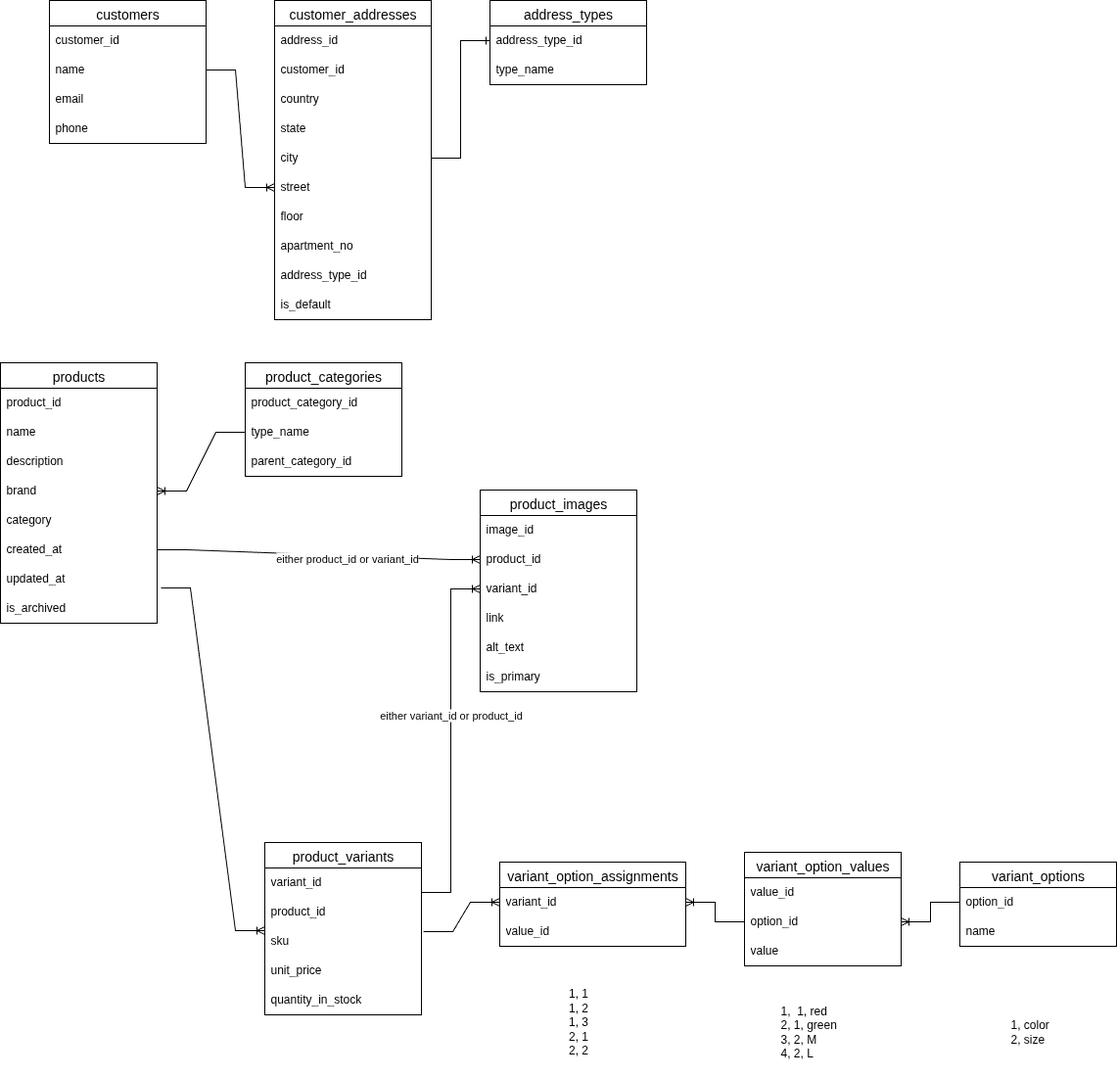
Earlier version of the draw.io export diagrams/my-store-db.drawio.png (venelinpetrov/db-my-store). Source tidied: cells renumbered, new cells last; positions are measured from the earlier drawing's top-left corner, leaving out a move shared by most shapes.
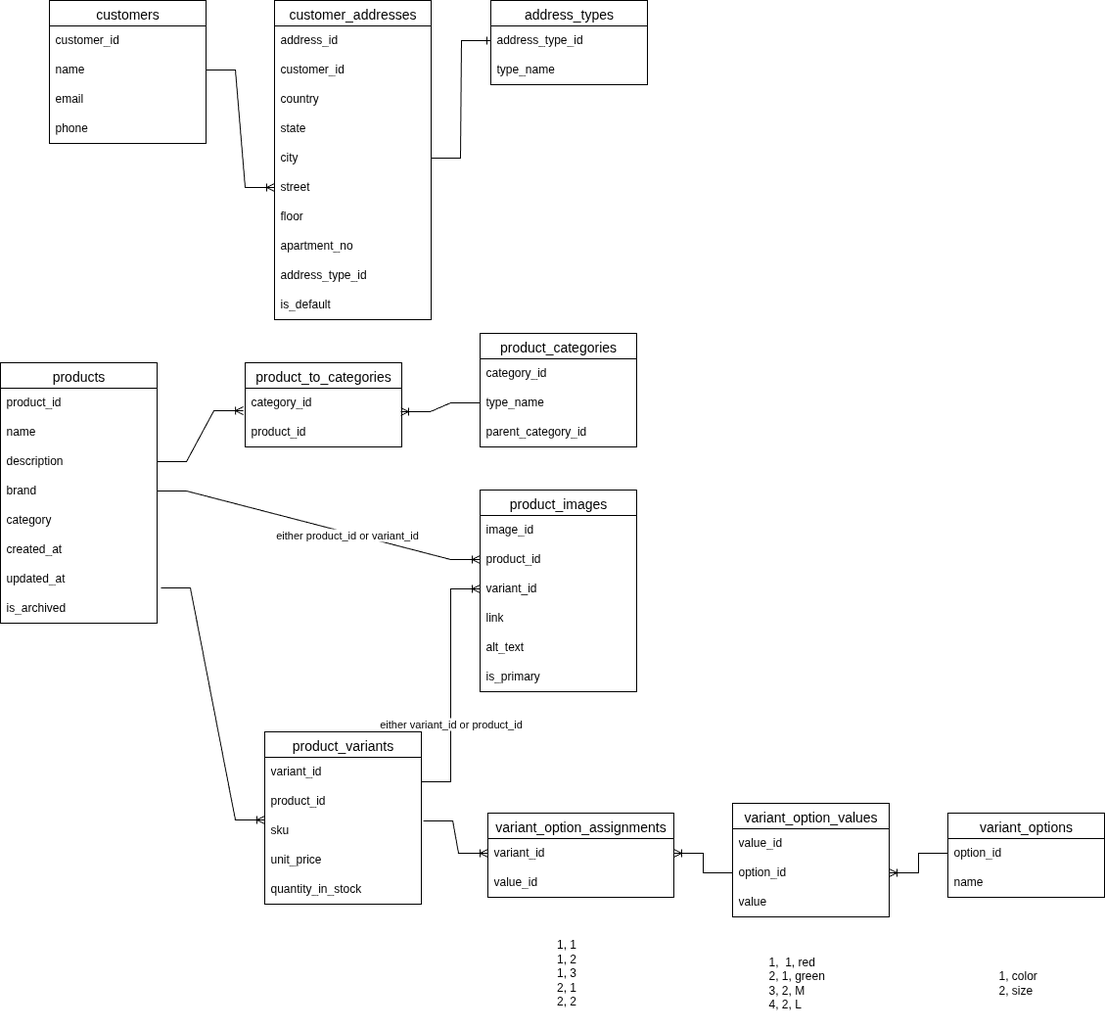
After the commit.

Commit message:
Fixes and improvements. Add more tables

The edit, as a diff of the source:
```diff
@@ -54,7 +54,7 @@
       <mxGeometry relative="1" as="geometry" />
     </mxCell>
     <mxCell id="19" value="address_types" style="swimlane;fontStyle=0;horizontal=1;startSize=26;align=center;fontSize=14;" parent="1" vertex="1">
-      <mxGeometry x="500" width="160" height="86" as="geometry" />
+      <mxGeometry x="501" width="160" height="86" as="geometry" />
     </mxCell>
     <mxCell id="20" value="address_type_id" style="text;strokeColor=none;fillColor=none;spacingLeft=4;spacingRight=4;overflow=hidden;points=[[0,0.5],[1,0.5]];portConstraint=eastwest;fontSize=12;whiteSpace=wrap;html=1;" parent="19" vertex="1">
       <mxGeometry y="26" width="160" height="30" as="geometry" />
@@ -92,19 +92,16 @@
     <mxCell id="31" value="is_archived" style="text;strokeColor=none;fillColor=none;spacingLeft=4;spacingRight=4;overflow=hidden;fontSize=12;whiteSpace=wrap;html=1;" parent="23" vertex="1">
       <mxGeometry y="236" width="160" height="30" as="geometry" />
     </mxCell>
-    <mxCell id="32" value="product_categories" style="swimlane;fontStyle=0;horizontal=1;startSize=26;align=center;fontSize=14;" parent="1" vertex="1">
-      <mxGeometry x="250" y="370" width="160" height="116" as="geometry" />
+    <mxCell id="32" value="product_to_categories" style="swimlane;fontStyle=0;horizontal=1;startSize=26;align=center;fontSize=14;" parent="1" vertex="1">
+      <mxGeometry x="250" y="370" width="160" height="86" as="geometry" />
     </mxCell>
-    <mxCell id="33" value="product_category_id" style="text;strokeColor=none;fillColor=none;spacingLeft=4;spacingRight=4;overflow=hidden;points=[[0,0.5],[1,0.5]];portConstraint=eastwest;fontSize=12;whiteSpace=wrap;html=1;" parent="32" vertex="1">
+    <mxCell id="33" value="category_id" style="text;strokeColor=none;fillColor=none;spacingLeft=4;spacingRight=4;overflow=hidden;points=[[0,0.5],[1,0.5]];portConstraint=eastwest;fontSize=12;whiteSpace=wrap;html=1;" parent="32" vertex="1">
       <mxGeometry y="26" width="160" height="30" as="geometry" />
     </mxCell>
-    <mxCell id="34" value="type_name" style="text;strokeColor=none;fillColor=none;spacingLeft=4;spacingRight=4;overflow=hidden;points=[[0,0.5],[1,0.5]];portConstraint=eastwest;fontSize=12;whiteSpace=wrap;html=1;" parent="32" vertex="1">
+    <mxCell id="34" value="product_id" style="text;strokeColor=none;fillColor=none;spacingLeft=4;spacingRight=4;overflow=hidden;points=[[0,0.5],[1,0.5]];portConstraint=eastwest;fontSize=12;whiteSpace=wrap;html=1;" parent="32" vertex="1">
       <mxGeometry y="56" width="160" height="30" as="geometry" />
     </mxCell>
-    <mxCell id="35" value="parent_category_id" style="text;strokeColor=none;fillColor=none;spacingLeft=4;spacingRight=4;overflow=hidden;fontSize=12;whiteSpace=wrap;html=1;" parent="32" vertex="1">
-      <mxGeometry y="86" width="160" height="30" as="geometry" />
-    </mxCell>
-    <mxCell id="36" style="edgeStyle=entityRelationEdgeStyle;fontSize=12;html=1;endArrow=ERoneToMany;rounded=0;entryX=1;entryY=0.5;entryDx=0;entryDy=0;exitX=0;exitY=0.5;exitDx=0;exitDy=0;" parent="1" edge="1" source="34" target="27">
+    <mxCell id="36" style="edgeStyle=entityRelationEdgeStyle;fontSize=12;html=1;endArrow=ERoneToMany;rounded=0;exitX=1;exitY=0.5;exitDx=0;exitDy=0;entryX=-0.012;entryY=0.767;entryDx=0;entryDy=0;entryPerimeter=0;" parent="1" edge="1" source="26" target="33">
       <mxGeometry relative="1" as="geometry" />
     </mxCell>
     <mxCell id="37" value="product_images" style="swimlane;fontStyle=0;horizontal=1;startSize=26;align=center;fontSize=14;" parent="1" vertex="1">
@@ -128,14 +125,14 @@
     <mxCell id="43" value="is_primary" style="text;strokeColor=none;fillColor=none;spacingLeft=4;spacingRight=4;overflow=hidden;fontSize=12;whiteSpace=wrap;html=1;" parent="37" vertex="1">
       <mxGeometry y="176" width="160" height="30" as="geometry" />
     </mxCell>
-    <mxCell id="44" style="edgeStyle=entityRelationEdgeStyle;fontSize=12;html=1;endArrow=ERoneToMany;rounded=0;exitX=1;exitY=0.5;exitDx=0;exitDy=0;entryX=0;entryY=0.5;entryDx=0;entryDy=0;" parent="1" edge="1" source="29" target="39">
+    <mxCell id="44" style="edgeStyle=entityRelationEdgeStyle;fontSize=12;html=1;endArrow=ERoneToMany;rounded=0;exitX=1;exitY=0.5;exitDx=0;exitDy=0;entryX=0;entryY=0.5;entryDx=0;entryDy=0;" parent="1" edge="1" source="27" target="39">
       <mxGeometry relative="1" as="geometry" />
     </mxCell>
     <mxCell id="45" value="either product_id or variant_id" style="edgeLabel;html=1;align=center;verticalAlign=middle;" parent="44" vertex="1">
       <mxGeometry x="0.18" y="-2" relative="1" as="geometry" />
     </mxCell>
     <mxCell id="46" value="product_variants" style="swimlane;fontStyle=0;horizontal=1;startSize=26;align=center;fontSize=14;" parent="1" vertex="1">
-      <mxGeometry x="270" y="860" width="160" height="176" as="geometry" />
+      <mxGeometry x="270" y="747" width="160" height="176" as="geometry" />
     </mxCell>
     <mxCell id="47" value="variant_id" style="text;strokeColor=none;fillColor=none;spacingLeft=4;spacingRight=4;overflow=hidden;points=[[0,0.5],[1,0.5]];portConstraint=eastwest;fontSize=12;whiteSpace=wrap;html=1;" parent="46" vertex="1">
       <mxGeometry y="26" width="160" height="30" as="geometry" />
@@ -156,7 +153,7 @@
       <mxGeometry relative="1" as="geometry" />
     </mxCell>
     <mxCell id="53" value="variant_options" style="swimlane;fontStyle=0;horizontal=1;startSize=26;align=center;fontSize=14;" parent="1" vertex="1">
-      <mxGeometry x="980" y="880" width="160" height="86" as="geometry" />
+      <mxGeometry x="968" y="830" width="160" height="86" as="geometry" />
     </mxCell>
     <mxCell id="54" value="option_id" style="text;strokeColor=none;fillColor=none;spacingLeft=4;spacingRight=4;overflow=hidden;points=[[0,0.5],[1,0.5]];portConstraint=eastwest;fontSize=12;whiteSpace=wrap;html=1;" parent="53" vertex="1">
       <mxGeometry y="26" width="160" height="30" as="geometry" />
@@ -165,7 +162,7 @@
       <mxGeometry y="56" width="160" height="30" as="geometry" />
     </mxCell>
     <mxCell id="56" value="variant_option_values" style="swimlane;fontStyle=0;horizontal=1;startSize=26;align=center;fontSize=14;" parent="1" vertex="1">
-      <mxGeometry x="760" y="870" width="160" height="116" as="geometry" />
+      <mxGeometry x="748" y="820" width="160" height="116" as="geometry" />
     </mxCell>
     <mxCell id="57" value="value_id" style="text;strokeColor=none;fillColor=none;spacingLeft=4;spacingRight=4;overflow=hidden;fontSize=12;whiteSpace=wrap;html=1;" parent="56" vertex="1">
       <mxGeometry y="26" width="160" height="30" as="geometry" />
@@ -177,7 +174,7 @@
       <mxGeometry y="86" width="160" height="30" as="geometry" />
     </mxCell>
     <mxCell id="60" value="variant_option_assignments" style="swimlane;fontStyle=0;horizontal=1;startSize=26;align=center;fontSize=14;" parent="1" vertex="1">
-      <mxGeometry x="510" y="880" width="190" height="86" as="geometry" />
+      <mxGeometry x="498" y="830" width="190" height="86" as="geometry" />
     </mxCell>
     <mxCell id="61" value="variant_id" style="text;strokeColor=none;fillColor=none;spacingLeft=4;spacingRight=4;overflow=hidden;points=[[0,0.5],[1,0.5]];portConstraint=eastwest;fontSize=12;whiteSpace=wrap;html=1;" parent="60" vertex="1">
       <mxGeometry y="26" width="190" height="30" as="geometry" />
@@ -196,7 +193,9 @@
       </mxGeometry>
     </mxCell>
     <mxCell id="65" value="either variant_id or product_id" style="edgeLabel;html=1;align=center;verticalAlign=middle;" parent="64" vertex="1">
-      <mxGeometry x="0.14" y="1" relative="1" as="geometry" />
+      <mxGeometry x="0.14" y="1" relative="1" as="geometry">
+        <mxPoint y="57" as="offset" />
+      </mxGeometry>
     </mxCell>
     <mxCell id="66" style="edgeStyle=entityRelationEdgeStyle;fontSize=12;html=1;endArrow=ERoneToMany;rounded=0;entryX=1;entryY=0.5;entryDx=0;entryDy=0;exitX=0;exitY=0.5;exitDx=0;exitDy=0;" parent="1" edge="1" source="54" target="58">
       <mxGeometry relative="1" as="geometry" />
@@ -205,13 +204,28 @@
       <mxGeometry relative="1" as="geometry" />
     </mxCell>
     <mxCell id="68" value="1,&amp;nbsp; 1, red&lt;div&gt;2, 1, green&lt;/div&gt;&lt;div&gt;3, 2, M&lt;/div&gt;&lt;div&gt;4, 2, L&lt;/div&gt;" style="text;html=1;align=left;verticalAlign=middle;strokeColor=none;fillColor=none;" parent="1" vertex="1">
-      <mxGeometry x="795" y="1018" width="80" height="70" as="geometry" />
+      <mxGeometry x="783" y="968" width="80" height="70" as="geometry" />
     </mxCell>
     <mxCell id="69" value="1, color&lt;div&gt;2, size&lt;/div&gt;" style="text;html=1;align=left;verticalAlign=middle;strokeColor=none;fillColor=none;" parent="1" vertex="1">
-      <mxGeometry x="1030" y="1033" width="60" height="40" as="geometry" />
+      <mxGeometry x="1018" y="983" width="60" height="40" as="geometry" />
     </mxCell>
     <mxCell id="70" value="1, 1&lt;div&gt;1, 2&lt;/div&gt;&lt;div&gt;1, 3&lt;/div&gt;&lt;div&gt;2, 1&lt;/div&gt;&lt;div&gt;2, 2&lt;/div&gt;&lt;div&gt;&lt;br&gt;&lt;/div&gt;" style="text;html=1;align=center;verticalAlign=middle;strokeColor=none;fillColor=none;" parent="1" vertex="1">
-      <mxGeometry x="570" y="1000" width="40" height="100" as="geometry" />
+      <mxGeometry x="558" y="950" width="40" height="100" as="geometry" />
     </mxCell>
+    <mxCell id="71" value="product_categories" style="swimlane;fontStyle=0;horizontal=1;startSize=26;align=center;fontSize=14;" parent="1" vertex="1">
+      <mxGeometry x="490" y="340" width="160" height="116" as="geometry" />
+    </mxCell>
+    <mxCell id="72" value="category_id" style="text;strokeColor=none;fillColor=none;spacingLeft=4;spacingRight=4;overflow=hidden;fontSize=12;whiteSpace=wrap;html=1;" parent="71" vertex="1">
+      <mxGeometry y="26" width="160" height="30" as="geometry" />
+    </mxCell>
+    <mxCell id="73" value="type_name" style="text;strokeColor=none;fillColor=none;spacingLeft=4;spacingRight=4;overflow=hidden;points=[[0,0.5],[1,0.5]];portConstraint=eastwest;fontSize=12;whiteSpace=wrap;html=1;" parent="71" vertex="1">
+      <mxGeometry y="56" width="160" height="30" as="geometry" />
+    </mxCell>
+    <mxCell id="35" value="parent_category_id" style="text;strokeColor=none;fillColor=none;spacingLeft=4;spacingRight=4;overflow=hidden;fontSize=12;whiteSpace=wrap;html=1;" parent="71" vertex="1">
+      <mxGeometry y="86" width="160" height="30" as="geometry" />
+    </mxCell>
+    <mxCell id="74" style="edgeStyle=entityRelationEdgeStyle;fontSize=12;html=1;endArrow=ERoneToMany;rounded=0;exitX=0;exitY=0.5;exitDx=0;exitDy=0;entryX=0.994;entryY=0.8;entryDx=0;entryDy=0;entryPerimeter=0;" parent="1" edge="1" source="73" target="33">
+      <mxGeometry relative="1" as="geometry" />
+    </mxCell>
   </root>
 </mxGraphModel>
```
